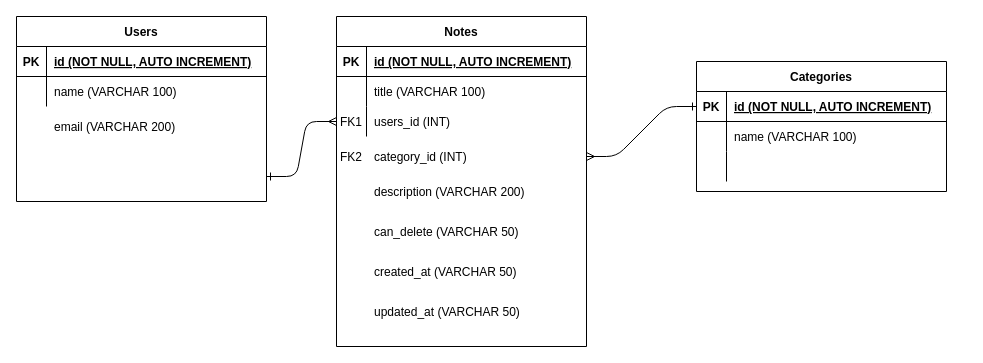
The draw.io diagram diagrama_relacional.drawio in MartinMura/Base_de_datos_Martin_Perez_Mura, before the edit. Source tidied: cells renumbered, new cells numbered last; positions are measured from the earlier drawing's top-left corner, leaving out a move shared by most shapes. Both pictures are drawn from the tidied source at 100%, with x=0, y=0 at pixel (16, 16).
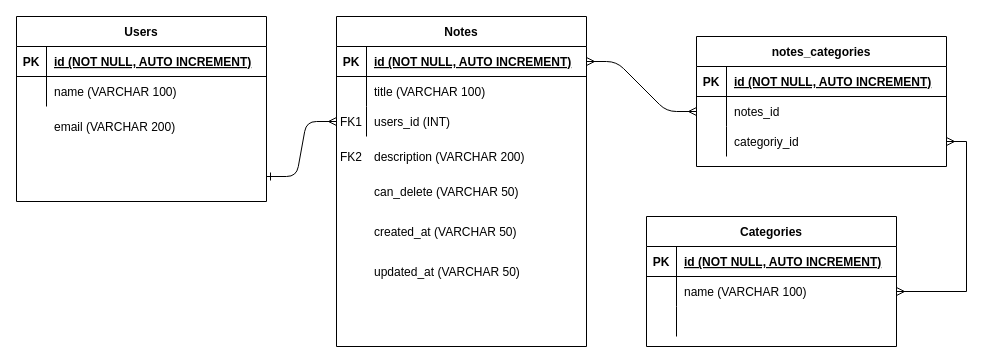
After the change.

Unchanged cells that the change refers to:
```xml
<mxCell id="4" style="shape=partialRectangle;fillColor=none;points=[[0,0.5],[1,0.5]];portConstraint=eastwest;top=0;left=0;right=0;bottom=1;" parent="3" vertex="1">
  <mxGeometry y="30" width="250" height="30" as="geometry" />
</mxCell>
<mxCell id="7" style="shape=partialRectangle;fillColor=none;points=[[0,0.5],[1,0.5]];portConstraint=eastwest;top=0;left=0;right=0;bottom=0;" parent="3" vertex="1">
  <mxGeometry y="60" width="250" height="30" as="geometry" />
</mxCell>
<mxCell id="14" style="shape=partialRectangle;fillColor=none;points=[[0,0.5],[1,0.5]];portConstraint=eastwest;top=0;left=0;right=0;bottom=1;" parent="13" vertex="1">
  <mxGeometry y="30" width="250" height="30" as="geometry" />
</mxCell>
<mxCell id="37" style="shape=partialRectangle;fillColor=none;points=[[0,0.5],[1,0.5]];portConstraint=eastwest;top=0;left=0;right=0;bottom=0;" parent="1" vertex="1">
  <mxGeometry x="320" y="125" width="250" height="30" as="geometry" />
</mxCell>
```

Change to the diagram source:
```diff
@@
     <mxCell id="3" value="Categories" style="shape=table;startSize=30;childLayout=tableLayout;rowLines=0;fontStyle=1;align=center;" parent="1" vertex="1">
-      <mxGeometry x="680" y="45" width="250" height="130" as="geometry" />
+      <mxGeometry x="630" y="200" width="250" height="130" as="geometry" />
     </mxCell>
@@
     <mxCell id="33" value="updated_at (VARCHAR 50)" style="shape=partialRectangle;overflow=hidden;fillColor=none;top=0;left=0;bottom=0;right=0;align=left;spacingLeft=6;" parent="1" vertex="1">
-      <mxGeometry x="350" y="280" width="220" height="30" as="geometry" />
+      <mxGeometry x="350" y="240" width="220" height="30" as="geometry" />
     </mxCell>
     <mxCell id="34" value="description (VARCHAR 200)" style="shape=partialRectangle;overflow=hidden;fillColor=none;top=0;left=0;bottom=0;right=0;align=left;spacingLeft=6;" parent="1" vertex="1">
-      <mxGeometry x="350" y="160" width="220" height="30" as="geometry" />
+      <mxGeometry x="350" y="125" width="220" height="30" as="geometry" />
     </mxCell>
     <mxCell id="35" value="can_delete (VARCHAR 50)" style="shape=partialRectangle;overflow=hidden;fillColor=none;top=0;left=0;bottom=0;right=0;align=left;spacingLeft=6;" parent="1" vertex="1">
-      <mxGeometry x="350" y="200" width="220" height="30" as="geometry" />
+      <mxGeometry x="350" y="160" width="220" height="30" as="geometry" />
     </mxCell>
-    <mxCell id="36" style="edgeStyle=entityRelationEdgeStyle;endArrow=ERone;startArrow=ERmany;endFill=0;startFill=0;entryX=0;entryY=0.5;entryDx=0;entryDy=0;exitX=1;exitY=0.5;exitDx=0;exitDy=0;" parent="1" edge="1" source="37" target="4">
+    <mxCell id="36" style="edgeStyle=entityRelationEdgeStyle;endArrow=ERmany;startArrow=ERmany;endFill=0;startFill=0;exitX=1;exitY=0.5;exitDx=0;exitDy=0;entryX=0;entryY=0.5;entryDx=0;entryDy=0;" parent="1" edge="1" source="14" target="46">
       <mxGeometry relative="1" as="geometry" />
     </mxCell>
@@
-    <mxCell id="39" value="category_id (INT)" style="shape=partialRectangle;overflow=hidden;fillColor=none;top=0;left=0;bottom=0;right=0;align=left;spacingLeft=6;" parent="37" vertex="1">
-      <mxGeometry x="30" width="220" height="30" as="geometry" />
-    </mxCell>
@@
     <mxCell id="41" value="created_at (VARCHAR 50)" style="shape=partialRectangle;overflow=hidden;fillColor=none;top=0;left=0;bottom=0;right=0;align=left;spacingLeft=6;" parent="1" vertex="1">
-      <mxGeometry x="350" y="240" width="220" height="30" as="geometry" />
+      <mxGeometry x="350" y="200" width="220" height="30" as="geometry" />
     </mxCell>
+    <mxCell id="42" value="notes_categories" style="shape=table;startSize=30;childLayout=tableLayout;rowLines=0;fontStyle=1;align=center;" parent="1" vertex="1">
+      <mxGeometry x="680" y="20" width="250" height="130" as="geometry" />
+    </mxCell>
+    <mxCell id="43" style="shape=partialRectangle;fillColor=none;top=0;left=0;right=0;bottom=1;" parent="42" vertex="1">
+      <mxGeometry y="30" width="250" height="30" as="geometry" />
+    </mxCell>
+    <mxCell id="44" value="PK" style="shape=partialRectangle;overflow=hidden;fillColor=none;top=0;left=0;bottom=0;right=0;fontStyle=1;" parent="43" vertex="1">
+      <mxGeometry width="30" height="30" as="geometry" />
+    </mxCell>
+    <mxCell id="45" value="id (NOT NULL, AUTO INCREMENT)" style="shape=partialRectangle;overflow=hidden;fillColor=none;top=0;left=0;bottom=0;right=0;align=left;spacingLeft=6;fontStyle=5;" parent="43" vertex="1">
+      <mxGeometry x="30" width="220" height="30" as="geometry" />
+    </mxCell>
+    <mxCell id="46" style="shape=partialRectangle;fillColor=none;points=[[0,0.5],[1,0.5]];portConstraint=eastwest;top=0;left=0;right=0;bottom=0;" parent="42" vertex="1">
+      <mxGeometry y="60" width="250" height="30" as="geometry" />
+    </mxCell>
+    <mxCell id="47" style="shape=partialRectangle;overflow=hidden;fillColor=none;top=0;left=0;bottom=0;right=0;" parent="46" vertex="1">
+      <mxGeometry width="30" height="30" as="geometry" />
+    </mxCell>
+    <mxCell id="48" value="notes_id" style="shape=partialRectangle;overflow=hidden;fillColor=none;top=0;left=0;bottom=0;right=0;align=left;spacingLeft=6;" parent="46" vertex="1">
+      <mxGeometry x="30" width="220" height="30" as="geometry" />
+    </mxCell>
+    <mxCell id="49" style="shape=partialRectangle;fillColor=none;points=[[0,0.5],[1,0.5]];portConstraint=eastwest;top=0;left=0;right=0;bottom=0;" parent="42" vertex="1">
+      <mxGeometry y="90" width="250" height="30" as="geometry" />
+    </mxCell>
+    <mxCell id="50" style="shape=partialRectangle;overflow=hidden;fillColor=none;top=0;left=0;bottom=0;right=0;" parent="49" vertex="1">
+      <mxGeometry width="30" height="30" as="geometry" />
+    </mxCell>
+    <mxCell id="51" value="categoriy_id" style="shape=partialRectangle;overflow=hidden;fillColor=none;top=0;left=0;bottom=0;right=0;align=left;spacingLeft=6;" parent="49" vertex="1">
+      <mxGeometry x="30" width="220" height="30" as="geometry" />
+    </mxCell>
+    <mxCell id="52" style="edgeStyle=orthogonalEdgeStyle;rounded=0;jettySize=auto;html=1;exitX=1;exitY=0.5;exitDx=0;exitDy=0;entryX=1;entryY=0.5;entryDx=0;entryDy=0;endArrow=ERmany;endFill=0;startArrow=ERmany;startFill=0;" parent="1" edge="1" source="7" target="49">
+      <mxGeometry relative="1" as="geometry" />
+    </mxCell>
```
